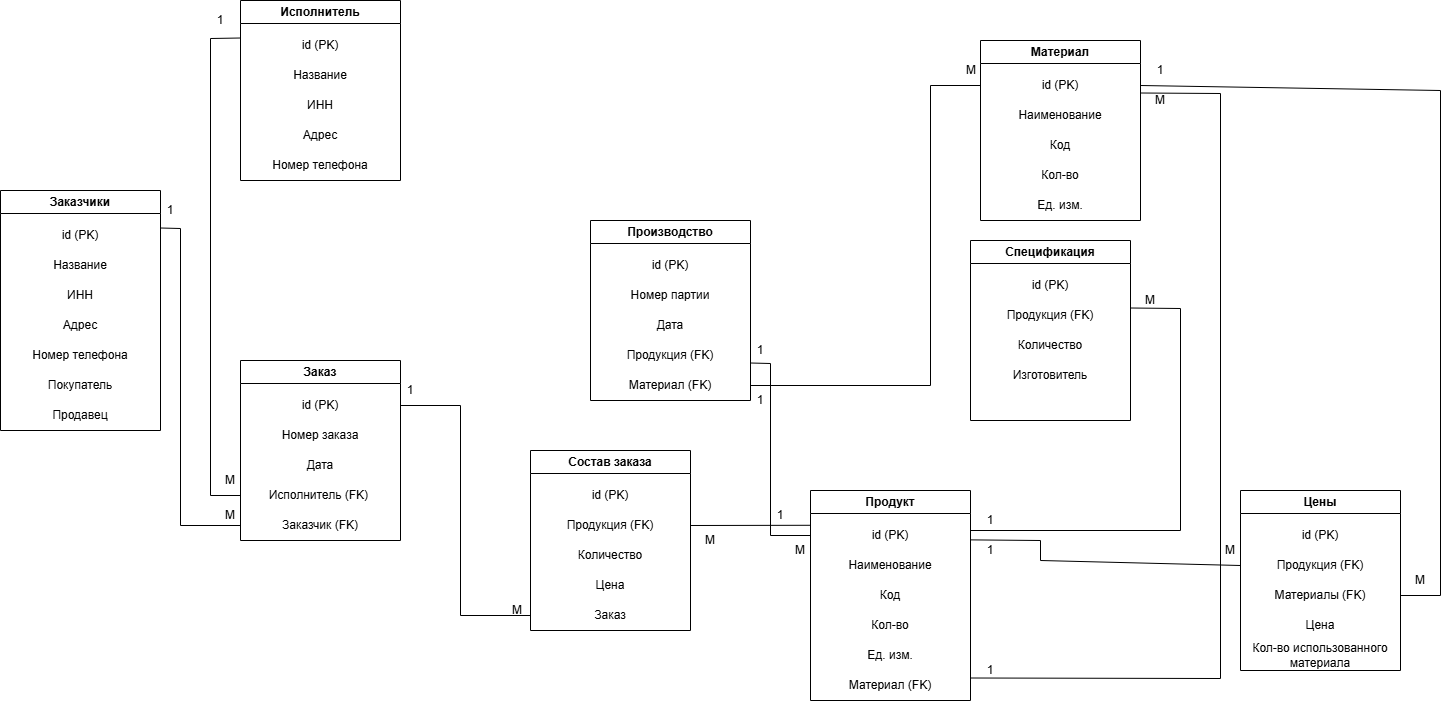
The draw.io diagram ER-DIAGRAM.drawio.png in maksincheks/praktika_pm05, before a commit. Source tidied: cells renumbered, new cells last; positions are measured from the earlier drawing's top-left corner, leaving out a move shared by most shapes.
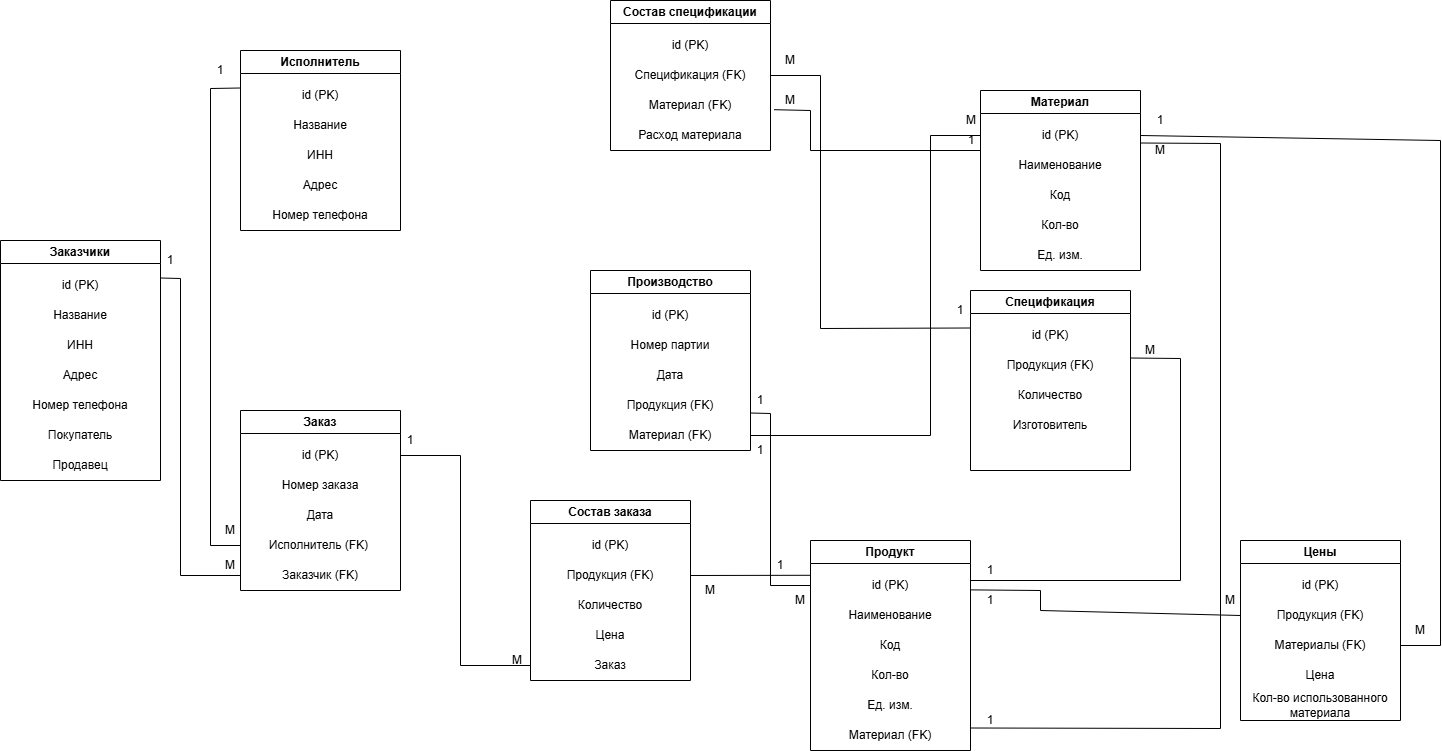
Later version of the same file.

Diff of the diagram source:
```diff
@@ -306,5 +306,48 @@
     <mxCell id="87" value="M" style="text;html=1;whiteSpace=wrap;strokeColor=none;fillColor=none;align=center;verticalAlign=middle;rounded=0;" parent="1" vertex="1">
       <mxGeometry x="780" y="540" width="40" height="20" as="geometry" />
     </mxCell>
+    <mxCell id="88" value="Состав спецификации" style="swimlane;whiteSpace=wrap;html=1;" parent="1" vertex="1">
+      <mxGeometry x="610" y="-50" width="160" height="150" as="geometry" />
+    </mxCell>
+    <mxCell id="89" value="id (PK)" style="text;html=1;whiteSpace=wrap;strokeColor=none;fillColor=none;align=center;verticalAlign=middle;rounded=0;" parent="88" vertex="1">
+      <mxGeometry y="30" width="160" height="30" as="geometry" />
+    </mxCell>
+    <mxCell id="90" value="Спецификация (FK)" style="text;html=1;whiteSpace=wrap;strokeColor=none;fillColor=none;align=center;verticalAlign=middle;rounded=0;" parent="88" vertex="1">
+      <mxGeometry y="60" width="160" height="30" as="geometry" />
+    </mxCell>
+    <mxCell id="91" value="Материал (FK)" style="text;html=1;whiteSpace=wrap;strokeColor=none;fillColor=none;align=center;verticalAlign=middle;rounded=0;" parent="88" vertex="1">
+      <mxGeometry y="90" width="160" height="30" as="geometry" />
+    </mxCell>
+    <mxCell id="92" value="Расход материала" style="text;html=1;whiteSpace=wrap;strokeColor=none;fillColor=none;align=center;verticalAlign=middle;rounded=0;" parent="88" vertex="1">
+      <mxGeometry y="120" width="160" height="30" as="geometry" />
+    </mxCell>
+    <mxCell id="93" style="endArrow=none;html=1;rounded=0;exitX=1;exitY=0.5;exitDx=0;exitDy=0;entryX=0;entryY=0.25;entryDx=0;entryDy=0;" parent="1" edge="1" source="90" target="48">
+      <mxGeometry relative="1" as="geometry">
+        <Array as="points">
+          <mxPoint x="820" y="25" />
+          <mxPoint x="820" y="278" />
+        </Array>
+      </mxGeometry>
+    </mxCell>
+    <mxCell id="94" value="M" style="text;html=1;whiteSpace=wrap;strokeColor=none;fillColor=none;align=center;verticalAlign=middle;rounded=0;" parent="1" vertex="1">
+      <mxGeometry x="770" width="40" height="20" as="geometry" />
+    </mxCell>
+    <mxCell id="95" value="M" style="text;html=1;whiteSpace=wrap;strokeColor=none;fillColor=none;align=center;verticalAlign=middle;rounded=0;" parent="1" vertex="1">
+      <mxGeometry x="770" y="40" width="40" height="20" as="geometry" />
+    </mxCell>
+    <mxCell id="96" value="1&lt;span style=&quot;color: rgba(0, 0, 0, 0); font-family: monospace; font-size: 0px; text-align: start; text-wrap-mode: nowrap;&quot;&gt;%3CmxGraphModel%3E%3Croot%3E%3CmxCell%20id%3D%220%22%2F%3E%3CmxCell%20id%3D%221%22%20parent%3D%220%22%2F%3E%3CmxCell%20id%3D%222%22%20parent%3D%221%22%20style%3D%22text%3Bhtml%3D1%3BwhiteSpace%3Dwrap%3BstrokeColor%3Dnone%3BfillColor%3Dnone%3Balign%3Dcenter%3BverticalAlign%3Dmiddle%3Brounded%3D0%3B%22%20value%3D%22M%22%20vertex%3D%221%22%3E%3CmxGeometry%20height%3D%2220%22%20width%3D%2240%22%20x%3D%221500%22%20y%3D%22390%22%20as%3D%22geometry%22%2F%3E%3C%2FmxCell%3E%3C%2Froot%3E%3C%2FmxGraphModel%3E&lt;/span&gt;" style="text;html=1;whiteSpace=wrap;strokeColor=none;fillColor=none;align=center;verticalAlign=middle;rounded=0;" parent="1" vertex="1">
+      <mxGeometry x="940" y="250" width="40" height="20" as="geometry" />
+    </mxCell>
+    <mxCell id="97" style="endArrow=none;html=1;rounded=0;exitX=1.023;exitY=0.64;exitDx=0;exitDy=0;entryX=0;entryY=0;entryDx=0;entryDy=0;exitPerimeter=0;" parent="1" edge="1" source="91" target="43">
+      <mxGeometry relative="1" as="geometry">
+        <Array as="points">
+          <mxPoint x="810" y="60" />
+          <mxPoint x="810" y="100" />
+        </Array>
+      </mxGeometry>
+    </mxCell>
+    <mxCell id="98" value="1&lt;span style=&quot;color: rgba(0, 0, 0, 0); font-family: monospace; font-size: 0px; text-align: start; text-wrap-mode: nowrap;&quot;&gt;%3CmxGraphModel%3E%3Croot%3E%3CmxCell%20id%3D%220%22%2F%3E%3CmxCell%20id%3D%221%22%20parent%3D%220%22%2F%3E%3CmxCell%20id%3D%222%22%20parent%3D%221%22%20style%3D%22text%3Bhtml%3D1%3BwhiteSpace%3Dwrap%3BstrokeColor%3Dnone%3BfillColor%3Dnone%3Balign%3Dcenter%3BverticalAlign%3Dmiddle%3Brounded%3D0%3B%22%20value%3D%22M%22%20vertex%3D%221%22%3E%3CmxGeometry%20height%3D%2220%22%20width%3D%2240%22%20x%3D%221500%22%20y%3D%22390%22%20as%3D%22geometry%22%2F%3E%3C%2FmxCell%3E%3C%2Froot%3E%3C%2FmxGraphModel%3E&lt;/span&gt;" style="text;html=1;whiteSpace=wrap;strokeColor=none;fillColor=none;align=center;verticalAlign=middle;rounded=0;" parent="1" vertex="1">
+      <mxGeometry x="951" y="80" width="40" height="20" as="geometry" />
+    </mxCell>
   </root>
 </mxGraphModel>
```
